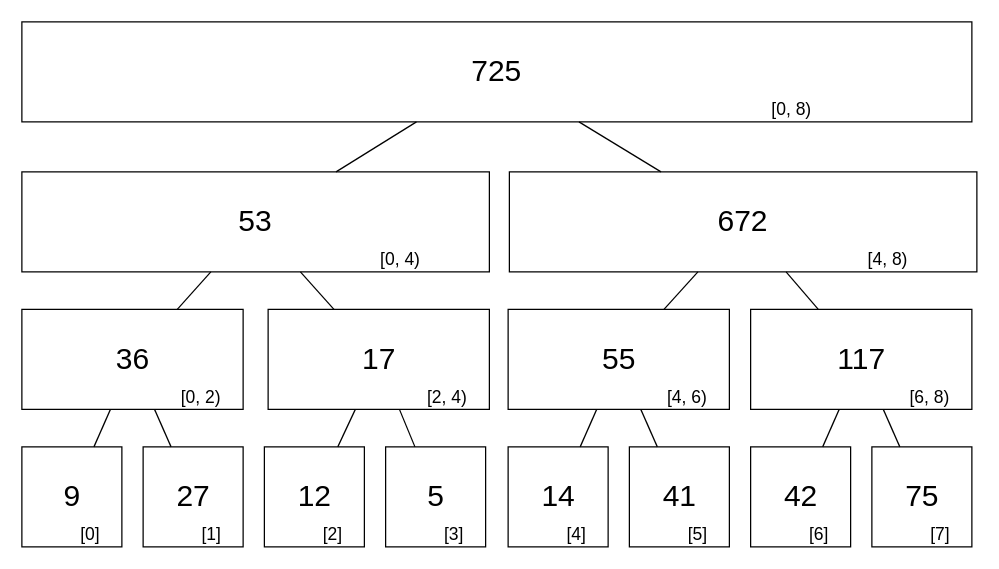
The draw.io diagram 講義/Segtree/SegTree.drawio in Bryan0324/fudan_cppclass, before the edit. Source tidied: cells renumbered, new cells numbered last; positions are measured from the earlier drawing's top-left corner, leaving out a move shared by most shapes. Both pictures are drawn from the tidied source at 125%, with x=0, y=0 at pixel (21, 21).
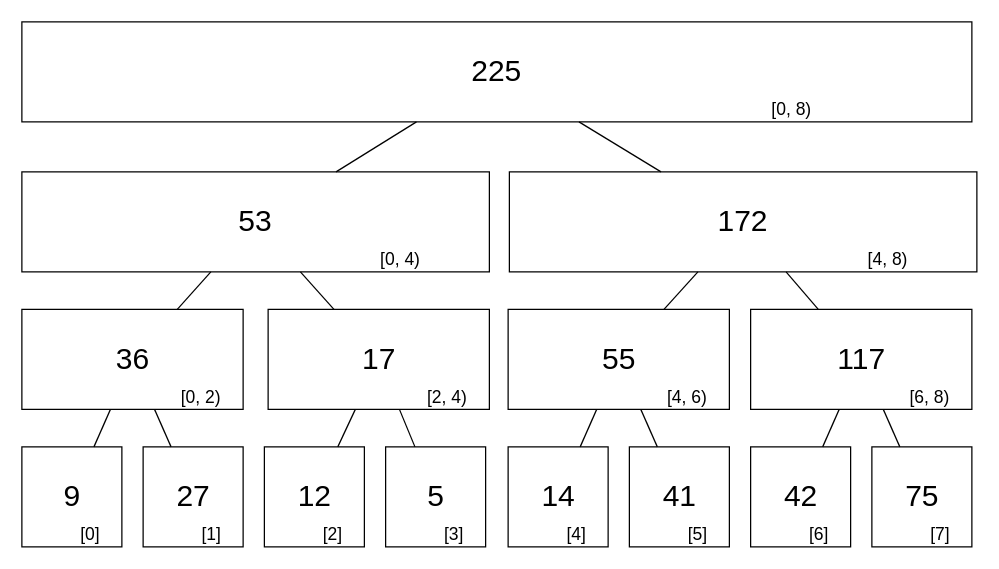
The same page after the edit.

Unchanged cells that the change refers to:
```xml
<mxCell id="54" style="group;" parent="1" vertex="1">
  <mxGeometry x="390" y="120" width="374" height="80" as="geometry" />
</mxCell>
<mxCell id="58" style="group;" parent="1" vertex="1">
  <mxGeometry width="760" height="80" as="geometry" />
</mxCell>
```

The edit, as a diff of the source:
```diff
@@
-    <mxCell id="56" value="&lt;font style=&quot;font-size: 24px;&quot;&gt;672&lt;/font&gt;" style="text;html=1;align=center;verticalAlign=middle;whiteSpace=wrap;rounded=0;" parent="54" vertex="1">
+    <mxCell id="56" value="&lt;font style=&quot;font-size: 24px;&quot;&gt;172&lt;/font&gt;" style="text;html=1;align=center;verticalAlign=middle;whiteSpace=wrap;rounded=0;" parent="54" vertex="1">
       <mxGeometry x="81.8" y="25" width="210.4" height="30" as="geometry" />
     </mxCell>
@@
-    <mxCell id="60" value="&lt;span style=&quot;font-size: 24px;&quot;&gt;725&lt;/span&gt;" style="text;html=1;align=center;verticalAlign=middle;whiteSpace=wrap;rounded=0;" parent="58" vertex="1">
+    <mxCell id="60" value="&lt;span style=&quot;font-size: 24px;&quot;&gt;225&lt;/span&gt;" style="text;html=1;align=center;verticalAlign=middle;whiteSpace=wrap;rounded=0;" parent="58" vertex="1">
       <mxGeometry x="166.2" y="25" width="427.5" height="30" as="geometry" />
     </mxCell>
```
